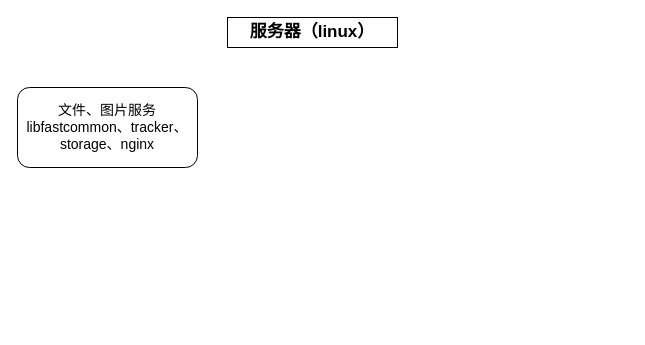
Earlier version of the draw.io diagram 整体系统结构.drawio (8230459/drawio). Source tidied: cells renumbered, new cells numbered last; positions are measured from the earlier drawing's top-left corner, leaving out a move shared by most shapes. Both pictures are drawn from the tidied source at 100%, with x=0, y=0 at pixel (17, 17).
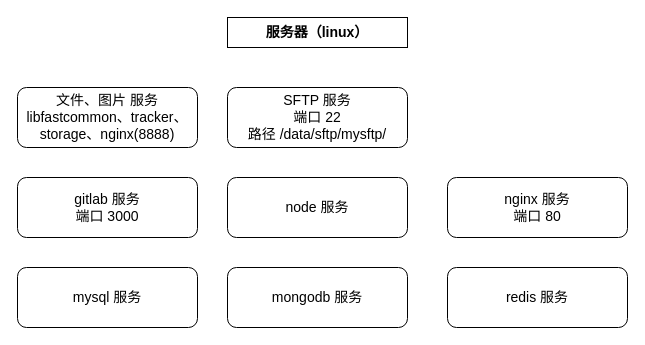
Above is the later version.

Commit message:
Update 整体系统结构.drawio

The edit, as a diff of the source:
```diff
@@
 <mxGraphModel>
   <root>
     <mxCell id="0" />
     <mxCell id="1" parent="0" />
-    <mxCell id="2" value="服务器（linux）" style="rounded=0;whiteSpace=wrap;html=1;fontStyle=1;fontSize=17;" parent="1" vertex="1">
-      <mxGeometry x="210" width="170" height="30" as="geometry" />
+    <mxCell id="2" value="服务器（linux）" style="rounded=0;whiteSpace=wrap;html=1;fontStyle=1;fontSize=14;" parent="1" vertex="1">
+      <mxGeometry x="210" width="180" height="30" as="geometry" />
     </mxCell>
-    <mxCell id="3" value="文件、图片服务&#10;libfastcommon、tracker、&#10;storage、nginx" style="rounded=1;whiteSpace=wrap;strokeWidth=1;fontSize=14;fontStyle=0;fontFamily=Helvetica;verticalAlign=middle;horizontal=1;spacing=0;" parent="1" vertex="1">
-      <mxGeometry y="70" width="180" height="80" as="geometry" />
+    <mxCell id="3" value="文件、图片 服务&#10;libfastcommon、tracker、&#10;storage、nginx(8888)" style="rounded=1;whiteSpace=wrap;strokeWidth=1;fontSize=14;fontStyle=0;fontFamily=Helvetica;verticalAlign=middle;horizontal=1;spacing=0;" parent="1" vertex="1">
+      <mxGeometry y="70" width="180" height="60" as="geometry" />
     </mxCell>
+    <mxCell id="4" value="SFTP 服务&#10;端口 22&#10;路径 /data/sftp/mysftp/" style="rounded=1;whiteSpace=wrap;strokeWidth=1;fontSize=14;fontStyle=0;fontFamily=Helvetica;verticalAlign=middle;horizontal=1;spacing=0;" parent="1" vertex="1">
+      <mxGeometry x="210" y="70" width="180" height="60" as="geometry" />
+    </mxCell>
+    <mxCell id="5" value="nginx 服务&#10;端口 80" style="rounded=1;whiteSpace=wrap;strokeWidth=1;fontSize=14;fontStyle=0;fontFamily=Helvetica;verticalAlign=middle;horizontal=1;spacing=0;" parent="1" vertex="1">
+      <mxGeometry x="430" y="160" width="180" height="60" as="geometry" />
+    </mxCell>
+    <mxCell id="6" value="gitlab 服务&#10;端口 3000" style="rounded=1;whiteSpace=wrap;strokeWidth=1;fontSize=14;fontStyle=0;fontFamily=Helvetica;verticalAlign=middle;horizontal=1;spacing=0;" parent="1" vertex="1">
+      <mxGeometry y="160" width="180" height="60" as="geometry" />
+    </mxCell>
+    <mxCell id="7" value="node 服务" style="rounded=1;whiteSpace=wrap;strokeWidth=1;fontSize=14;fontStyle=0;fontFamily=Helvetica;verticalAlign=middle;horizontal=1;spacing=0;" parent="1" vertex="1">
+      <mxGeometry x="210" y="160" width="180" height="60" as="geometry" />
+    </mxCell>
+    <mxCell id="8" value="redis 服务" style="rounded=1;whiteSpace=wrap;strokeWidth=1;fontSize=14;fontStyle=0;fontFamily=Helvetica;verticalAlign=middle;horizontal=1;spacing=0;" parent="1" vertex="1">
+      <mxGeometry x="430" y="250" width="180" height="60" as="geometry" />
+    </mxCell>
+    <mxCell id="9" value="mongodb 服务" style="rounded=1;whiteSpace=wrap;strokeWidth=1;fontSize=14;fontStyle=0;fontFamily=Helvetica;verticalAlign=middle;horizontal=1;spacing=0;" parent="1" vertex="1">
+      <mxGeometry x="210" y="250" width="180" height="60" as="geometry" />
+    </mxCell>
+    <mxCell id="10" value="mysql 服务" style="rounded=1;whiteSpace=wrap;strokeWidth=1;fontSize=14;fontStyle=0;fontFamily=Helvetica;verticalAlign=middle;horizontal=1;spacing=0;" parent="1" vertex="1">
+      <mxGeometry y="250" width="180" height="60" as="geometry" />
+    </mxCell>
   </root>
 </mxGraphModel>
```
